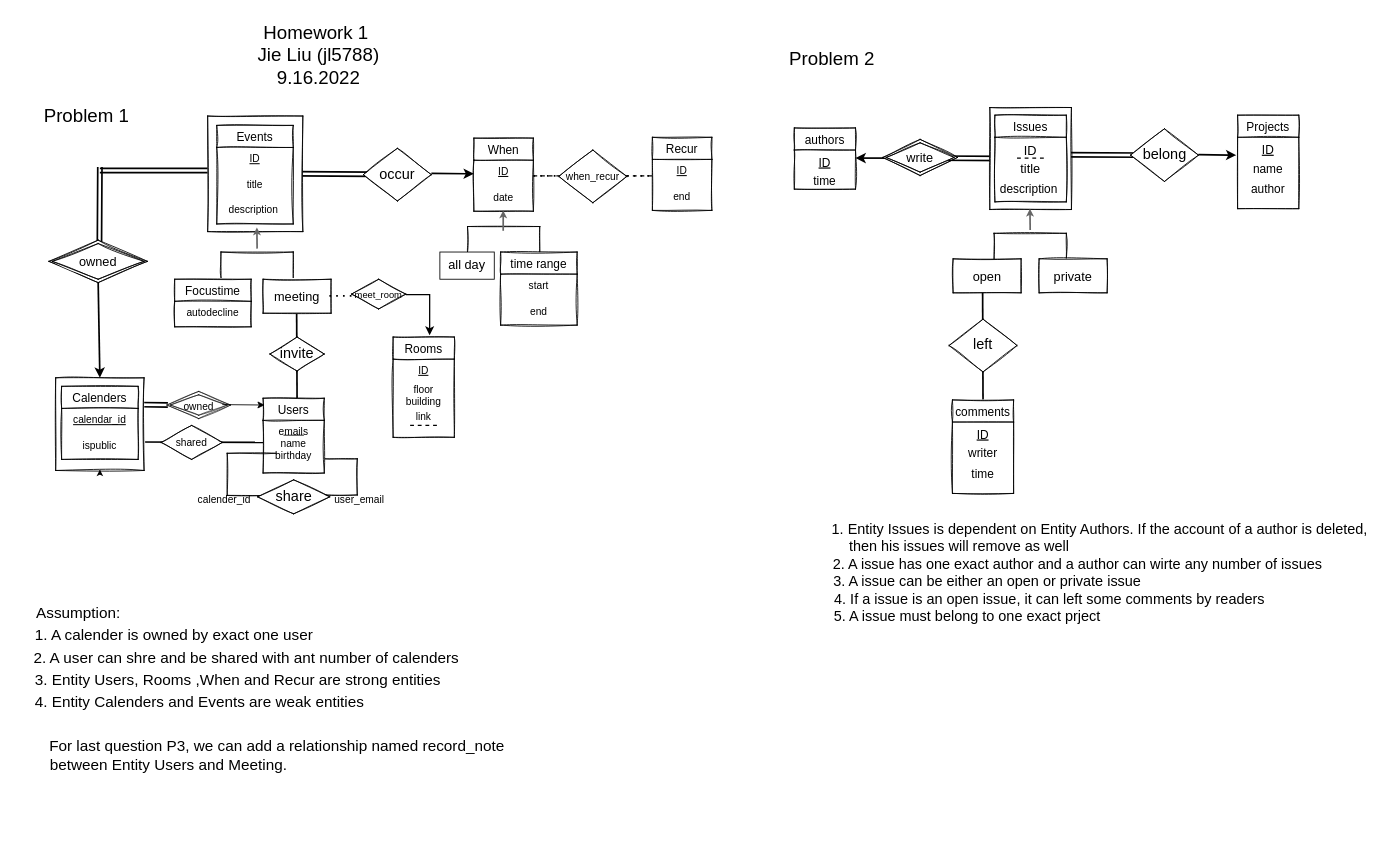
Above: hw1 Diagram.drawio in hurricane8978/Introduction-to-database (draw.io), before the change. Source tidied: cells renumbered, new cells numbered last; positions are measured from the earlier drawing's top-left corner, leaving out a move shared by most shapes. Both pictures are drawn from the tidied source at 85%, with x=0, y=0 at pixel (14, 14).
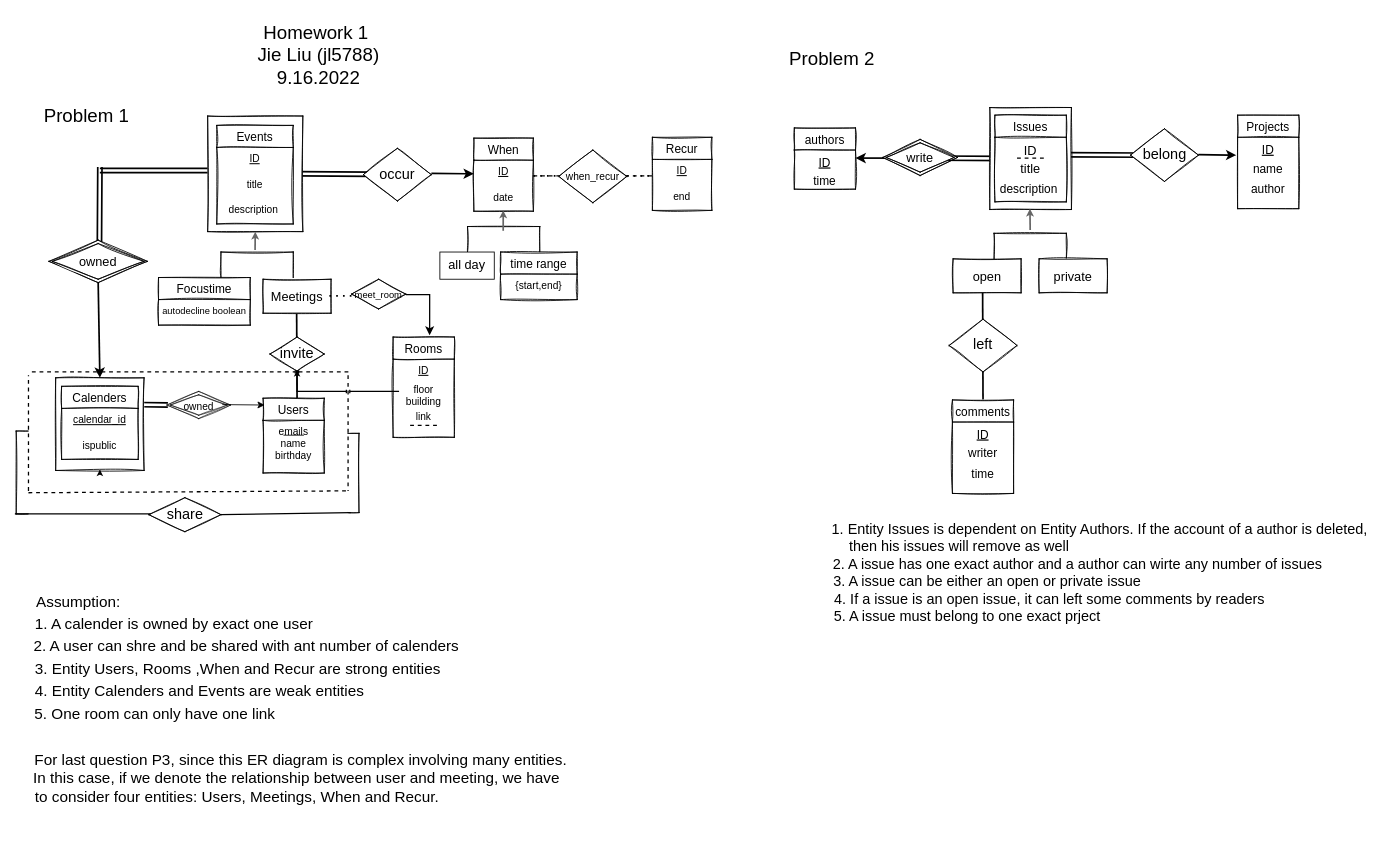
The same page after the edit.

Unchanged cells that the change refers to:
```xml
<mxCell id="19" style="rounded=0;whiteSpace=wrap;html=1;glass=0;sketch=1;fontSize=15;" parent="1" vertex="1">
  <mxGeometry x="226.8" y="119" width="112" height="136" as="geometry" />
</mxCell>
<mxCell id="46" value="invite" style="shape=rhombus;perimeter=rhombusPerimeter;whiteSpace=wrap;html=1;align=center;rounded=0;glass=0;sketch=1;fontSize=17;" parent="1" vertex="1">
  <mxGeometry x="300" y="379" width="64" height="40" as="geometry" />
</mxCell>
<mxCell id="60" value="floor&#10;building" style="text;strokeColor=none;fillColor=none;spacingLeft=4;spacingRight=4;overflow=hidden;points=[[0,0.5],[1,0.5]];portConstraint=eastwest;fontSize=12;rounded=0;glass=0;sketch=1;align=center;" parent="58" vertex="1">
  <mxGeometry y="48" width="72" height="32" as="geometry" />
</mxCell>
```

The edit, as a diff of the source:
```diff
@@
     <mxCell id="4" style="shape=partialRectangle;whiteSpace=wrap;html=1;bottom=1;right=1;left=1;top=0;fillColor=none;routingCenterX=-0.5;rounded=0;glass=0;sketch=1;fontSize=12;rotation=-90;" parent="1" vertex="1">
-      <mxGeometry x="362.8" y="524.8" width="42.5" height="37.5" as="geometry" />
+      <mxGeometry x="351.8" y="532.5" width="93.2" height="12.9" as="geometry" />
     </mxCell>
@@
-    <mxCell id="10" style="endArrow=none;html=1;rounded=0;strokeWidth=2;fontSize=12;startSize=11;endSize=3;sourcePerimeterSpacing=-7;targetPerimeterSpacing=-1;jumpStyle=line;jumpSize=3;" parent="1" edge="1">
-      <mxGeometry relative="1" as="geometry">
-        <mxPoint x="143.2" y="502.5" as="sourcePoint" />
-        <mxPoint x="292" y="503" as="targetPoint" />
-      </mxGeometry>
-    </mxCell>
-    <mxCell id="11" style="html=1;align=right;verticalAlign=bottom;rounded=0;glass=0;sketch=1;fontSize=12;" parent="10" vertex="1">
-      <mxGeometry x="1" relative="1" as="geometry" />
-    </mxCell>
@@
     <mxCell id="14" style="shape=partialRectangle;whiteSpace=wrap;html=1;bottom=1;right=1;left=1;top=0;fillColor=none;routingCenterX=-0.5;rounded=0;glass=0;sketch=1;fontSize=12;rotation=90;" parent="1" vertex="1">
-      <mxGeometry x="253.8" y="511.8" width="49.5" height="57.5" as="geometry" />
+      <mxGeometry x="-40.2" y="531.4" width="97.4" height="13.9" as="geometry" />
     </mxCell>
@@
     <mxCell id="37" value="time range" style="swimlane;fontStyle=0;horizontal=1;startSize=26;align=center;fontSize=14;rounded=0;glass=0;sketch=1;" parent="1" vertex="1">
-      <mxGeometry x="571.5" y="279" width="90" height="86" as="geometry" />
+      <mxGeometry x="571.5" y="279" width="90" height="56" as="geometry" />
     </mxCell>
-    <mxCell id="38" value="start" style="text;strokeColor=none;fillColor=none;spacingLeft=4;spacingRight=4;overflow=hidden;fontSize=12;rounded=0;glass=0;sketch=1;fontStyle=0;align=center;" parent="37" vertex="1">
+    <mxCell id="38" value="{start,end}" style="text;strokeColor=none;fillColor=none;spacingLeft=4;spacingRight=4;overflow=hidden;fontSize=12;rounded=0;glass=0;sketch=1;fontStyle=0;align=center;" parent="37" vertex="1">
       <mxGeometry y="26" width="90" height="30" as="geometry" />
     </mxCell>
-    <mxCell id="39" value="end" style="text;strokeColor=none;fillColor=none;spacingLeft=4;spacingRight=4;overflow=hidden;fontSize=12;rounded=0;glass=0;sketch=1;align=center;" parent="37" vertex="1">
-      <mxGeometry y="56" width="90" height="30" as="geometry" />
-    </mxCell>
@@
-    <mxCell id="42" style="endArrow=classic;html=1;strokeWidth=2;fontSize=12;rounded=0;endSize=3;startSize=11;jumpSize=3;jumpStyle=line;fillColor=#f5f5f5;strokeColor=#666666;targetPerimeterSpacing=-1;sourcePerimeterSpacing=-7;" parent="1" edge="1">
+    <mxCell id="42" style="endArrow=classic;html=1;strokeWidth=2;fontSize=12;rounded=0;endSize=3;startSize=11;jumpSize=3;jumpStyle=line;fillColor=#f5f5f5;strokeColor=#666666;targetPerimeterSpacing=-1;sourcePerimeterSpacing=-7;entryX=0.5;entryY=1;entryDx=0;entryDy=0;" parent="1" edge="1" target="19">
       <mxGeometry relative="1" as="geometry">
-        <mxPoint x="285" y="275" as="sourcePoint" />
-        <mxPoint x="284.7" y="250" as="targetPoint" />
+        <mxPoint x="282.6" y="276.5" as="sourcePoint" />
       </mxGeometry>
     </mxCell>
     <mxCell id="43" value="Focustime" style="swimlane;fontStyle=0;horizontal=1;startSize=26;align=center;fontSize=14;rounded=0;glass=0;sketch=1;" parent="1" vertex="1">
-      <mxGeometry x="188" y="311" width="90" height="56" as="geometry" />
+      <mxGeometry x="169" y="309" width="108" height="56" as="geometry" />
     </mxCell>
-    <mxCell id="44" value="autodecline" style="text;strokeColor=none;fillColor=none;spacingLeft=4;spacingRight=4;overflow=hidden;fontSize=12;rounded=0;glass=0;sketch=1;fontStyle=0;align=center;" parent="43" vertex="1">
-      <mxGeometry y="26" width="90" height="30" as="geometry" />
+    <mxCell id="44" value="autodecline boolean" style="text;strokeColor=none;fillColor=none;spacingLeft=4;spacingRight=4;overflow=hidden;fontSize=11;rounded=0;glass=0;sketch=1;fontStyle=0;align=center;" parent="43" vertex="1">
+      <mxGeometry y="26" width="108" height="30" as="geometry" />
     </mxCell>
-    <mxCell id="45" value="meeting" style="rounded=0;whiteSpace=wrap;html=1;glass=0;sketch=1;fontSize=15;" parent="1" vertex="1">
+    <mxCell id="45" value="Meetings" style="rounded=0;whiteSpace=wrap;html=1;glass=0;sketch=1;fontSize=15;" parent="1" vertex="1">
       <mxGeometry x="292" y="311" width="80" height="40" as="geometry" />
     </mxCell>
@@
     <mxCell id="47" value="share" style="shape=rhombus;perimeter=rhombusPerimeter;whiteSpace=wrap;html=1;align=center;rounded=0;glass=0;sketch=1;fontSize=17;" parent="1" vertex="1">
-      <mxGeometry x="285.5" y="547" width="85" height="40" as="geometry" />
+      <mxGeometry x="157.5" y="568" width="85" height="40" as="geometry" />
     </mxCell>
@@
-    <mxCell id="54" value="&lt;font style=&quot;font-size: 12px;&quot;&gt;shared&lt;/font&gt;" style="shape=rhombus;perimeter=rhombusPerimeter;whiteSpace=wrap;html=1;align=center;rounded=0;glass=0;sketch=1;fontSize=17;" parent="1" vertex="1">
-      <mxGeometry x="172" y="483" width="72" height="40" as="geometry" />
-    </mxCell>
@@
-    <mxCell id="64" value="&lt;font style=&quot;font-size: 12px;&quot;&gt;calender_id&lt;/font&gt;" style="text;html=1;align=center;verticalAlign=middle;strokeColor=none;fillColor=none;fontSize=9;" parent="1" vertex="1">
-      <mxGeometry x="205.5" y="555" width="80" height="32" as="geometry" />
-    </mxCell>
-    <mxCell id="65" value="&lt;font style=&quot;font-size: 12px;&quot;&gt;user_email&lt;/font&gt;" style="text;html=1;align=center;verticalAlign=middle;strokeColor=none;fillColor=none;fontSize=9;" parent="1" vertex="1">
-      <mxGeometry x="365" y="555" width="80" height="32" as="geometry" />
-    </mxCell>
@@
-    <mxCell id="69" value="&lt;font style=&quot;font-size: 18px;&quot;&gt;Assumption:&amp;nbsp; &amp;nbsp; &amp;nbsp; &amp;nbsp; &amp;nbsp; &amp;nbsp; &amp;nbsp; &amp;nbsp; &amp;nbsp; &amp;nbsp; &amp;nbsp; &amp;nbsp; &amp;nbsp; &amp;nbsp; &amp;nbsp; &amp;nbsp; &amp;nbsp; &amp;nbsp; &amp;nbsp; &amp;nbsp; &amp;nbsp; &amp;nbsp; &amp;nbsp; &amp;nbsp; &amp;nbsp; &amp;nbsp; &amp;nbsp; &amp;nbsp; &amp;nbsp; &amp;nbsp; &amp;nbsp; &amp;nbsp; &amp;nbsp; &amp;nbsp; &amp;nbsp; &amp;nbsp; &amp;nbsp; &amp;nbsp; &amp;nbsp; &amp;nbsp;&lt;br&gt;&amp;nbsp; &amp;nbsp;1. A calender is owned by exact one user&amp;nbsp; &amp;nbsp; &amp;nbsp; &amp;nbsp; &amp;nbsp; &amp;nbsp; &amp;nbsp; &amp;nbsp; &amp;nbsp; &amp;nbsp; &amp;nbsp; &amp;nbsp; &amp;nbsp; &amp;nbsp; &amp;nbsp; &amp;nbsp; &amp;nbsp; &amp;nbsp; &amp;nbsp;&lt;br&gt;2. A user can shre and be shared with ant number of calenders&lt;br&gt;&amp;nbsp;3. Entity Users, Rooms ,When and Recur are strong entities&amp;nbsp; &amp;nbsp; &amp;nbsp;&lt;br&gt;4. Entity Calenders and Events are weak entities&amp;nbsp; &amp;nbsp; &amp;nbsp; &amp;nbsp; &amp;nbsp; &amp;nbsp; &amp;nbsp; &amp;nbsp; &amp;nbsp; &amp;nbsp; &amp;nbsp;&amp;nbsp;&lt;br&gt;&lt;br&gt;&lt;br&gt;&lt;br&gt;&amp;nbsp; &amp;nbsp; &amp;nbsp; &amp;nbsp; &amp;nbsp; &amp;nbsp; &amp;nbsp; &amp;nbsp; &amp;nbsp; &amp;nbsp; &amp;nbsp;&amp;nbsp;&lt;br&gt;&lt;/font&gt;" style="text;html=1;align=center;verticalAlign=middle;strokeColor=none;fillColor=none;fontSize=22;" parent="1" vertex="1">
-      <mxGeometry y="680" width="544" height="256" as="geometry" />
+    <mxCell id="69" value="&lt;font style=&quot;font-size: 18px;&quot;&gt;Assumption:&amp;nbsp; &amp;nbsp; &amp;nbsp; &amp;nbsp; &amp;nbsp; &amp;nbsp; &amp;nbsp; &amp;nbsp; &amp;nbsp; &amp;nbsp; &amp;nbsp; &amp;nbsp; &amp;nbsp; &amp;nbsp; &amp;nbsp; &amp;nbsp; &amp;nbsp; &amp;nbsp; &amp;nbsp; &amp;nbsp; &amp;nbsp; &amp;nbsp; &amp;nbsp; &amp;nbsp; &amp;nbsp; &amp;nbsp; &amp;nbsp; &amp;nbsp; &amp;nbsp; &amp;nbsp; &amp;nbsp; &amp;nbsp; &amp;nbsp; &amp;nbsp; &amp;nbsp; &amp;nbsp; &amp;nbsp; &amp;nbsp; &amp;nbsp; &amp;nbsp;&lt;br&gt;&amp;nbsp; &amp;nbsp;1. A calender is owned by exact one user&amp;nbsp; &amp;nbsp; &amp;nbsp; &amp;nbsp; &amp;nbsp; &amp;nbsp; &amp;nbsp; &amp;nbsp; &amp;nbsp; &amp;nbsp; &amp;nbsp; &amp;nbsp; &amp;nbsp; &amp;nbsp; &amp;nbsp; &amp;nbsp; &amp;nbsp; &amp;nbsp; &amp;nbsp;&lt;br&gt;2. A user can shre and be shared with ant number of calenders&lt;br&gt;&amp;nbsp;3. Entity Users, Rooms ,When and Recur are strong entities&amp;nbsp; &amp;nbsp; &amp;nbsp;&lt;br&gt;4. Entity Calenders and Events are weak entities&amp;nbsp; &amp;nbsp; &amp;nbsp; &amp;nbsp; &amp;nbsp; &amp;nbsp; &amp;nbsp; &amp;nbsp; &amp;nbsp; &amp;nbsp; &amp;nbsp;&amp;nbsp;&lt;br&gt;&amp;nbsp;5. One room can only have one link&amp;nbsp; &amp;nbsp; &amp;nbsp; &amp;nbsp; &amp;nbsp; &amp;nbsp; &amp;nbsp; &amp;nbsp; &amp;nbsp; &amp;nbsp; &amp;nbsp; &amp;nbsp; &amp;nbsp; &amp;nbsp; &amp;nbsp; &amp;nbsp; &amp;nbsp; &amp;nbsp; &amp;nbsp; &amp;nbsp; &amp;nbsp; &amp;nbsp;&amp;nbsp;&lt;br&gt;&lt;br&gt;&lt;br&gt;&lt;br&gt;&amp;nbsp; &amp;nbsp; &amp;nbsp; &amp;nbsp; &amp;nbsp; &amp;nbsp; &amp;nbsp; &amp;nbsp; &amp;nbsp; &amp;nbsp; &amp;nbsp;&amp;nbsp;&lt;br&gt;&lt;/font&gt;" style="text;html=1;align=center;verticalAlign=middle;strokeColor=none;fillColor=none;fontSize=22;" parent="1" vertex="1">
+      <mxGeometry y="664" width="544" height="288" as="geometry" />
     </mxCell>
-    <mxCell id="70" value="For last question P3, we can add a relationship named record_note&lt;br&gt;&amp;nbsp;between Entity Users and Meeting.&amp;nbsp; &amp;nbsp; &amp;nbsp; &amp;nbsp; &amp;nbsp; &amp;nbsp; &amp;nbsp; &amp;nbsp; &amp;nbsp; &amp;nbsp; &amp;nbsp; &amp;nbsp; &amp;nbsp; &amp;nbsp; &amp;nbsp; &amp;nbsp; &amp;nbsp; &amp;nbsp; &amp;nbsp; &amp;nbsp; &amp;nbsp; &amp;nbsp; &amp;nbsp; &amp;nbsp; &amp;nbsp; &amp;nbsp;&amp;nbsp;" style="text;html=1;align=center;verticalAlign=middle;strokeColor=none;fillColor=none;fontSize=18;" parent="1" vertex="1">
-      <mxGeometry x="24" y="840" width="568" height="64" as="geometry" />
+    <mxCell id="70" value="For last question P3, since this ER diagram is complex involving many entities. &lt;br&gt;In this&amp;nbsp;case, if we denote the relationship between user and meeting, we have&amp;nbsp;&amp;nbsp;&lt;br&gt;&amp;nbsp;to&amp;nbsp;consider four entities: Users, Meetings, When and Recur.&amp;nbsp; &amp;nbsp; &amp;nbsp; &amp;nbsp; &amp;nbsp; &amp;nbsp; &amp;nbsp; &amp;nbsp; &amp;nbsp; &amp;nbsp; &amp;nbsp; &amp;nbsp; &amp;nbsp; &amp;nbsp; &amp;nbsp; &amp;nbsp;&lt;br&gt;&lt;br&gt;&amp;nbsp; &amp;nbsp; &amp;nbsp; &amp;nbsp; &amp;nbsp; &amp;nbsp; &amp;nbsp; &amp;nbsp; &amp;nbsp; &amp;nbsp; &amp;nbsp; &amp;nbsp; &amp;nbsp; &amp;nbsp; &amp;nbsp; &amp;nbsp; &amp;nbsp; &amp;nbsp; &amp;nbsp; &amp;nbsp; &amp;nbsp; &amp;nbsp; &amp;nbsp; &amp;nbsp;" style="text;html=1;align=center;verticalAlign=middle;strokeColor=none;fillColor=none;fontSize=18;" parent="1" vertex="1">
+      <mxGeometry x="8" y="856" width="656" height="128" as="geometry" />
     </mxCell>
@@
+    <mxCell id="112" style="endArrow=none;dashed=1;html=1;rounded=0;strokeWidth=1.5;fontSize=17;startSize=11;endSize=3;sourcePerimeterSpacing=-7;targetPerimeterSpacing=-1;jumpStyle=line;jumpSize=3;" parent="1" edge="1">
+      <mxGeometry relative="1" as="geometry">
+        <mxPoint x="16" y="560" as="sourcePoint" />
+        <mxPoint x="16" y="424" as="targetPoint" />
+      </mxGeometry>
+    </mxCell>
+    <mxCell id="113" style="endArrow=none;dashed=1;html=1;rounded=0;strokeWidth=1.5;fontSize=17;startSize=11;endSize=3;sourcePerimeterSpacing=-7;targetPerimeterSpacing=-1;jumpStyle=line;jumpSize=3;" parent="1" edge="1">
+      <mxGeometry relative="1" as="geometry">
+        <mxPoint x="16" y="562.2" as="sourcePoint" />
+        <mxPoint x="392" y="560" as="targetPoint" />
+      </mxGeometry>
+    </mxCell>
+    <mxCell id="114" style="endArrow=none;html=1;rounded=0;strokeWidth=1.5;fontSize=17;startSize=11;endSize=3;sourcePerimeterSpacing=-7;targetPerimeterSpacing=-1;jumpStyle=line;jumpSize=3;" parent="1" edge="1">
+      <mxGeometry relative="1" as="geometry">
+        <mxPoint y="587" as="sourcePoint" />
+        <mxPoint x="160" y="587" as="targetPoint" />
+      </mxGeometry>
+    </mxCell>
+    <mxCell id="115" style="endArrow=none;html=1;rounded=0;strokeWidth=1.5;fontSize=17;startSize=11;endSize=3;sourcePerimeterSpacing=-7;targetPerimeterSpacing=-1;jumpStyle=line;jumpSize=3;exitX=1;exitY=0.5;exitDx=0;exitDy=0;entryX=0;entryY=0.25;entryDx=0;entryDy=0;" parent="1" edge="1" source="47" target="4">
+      <mxGeometry relative="1" as="geometry" />
+    </mxCell>
+    <mxCell id="116" style="endArrow=none;dashed=1;html=1;rounded=0;strokeWidth=1.5;fontSize=17;startSize=11;endSize=3;sourcePerimeterSpacing=-7;targetPerimeterSpacing=-1;jumpStyle=line;jumpSize=3;" parent="1" edge="1">
+      <mxGeometry relative="1" as="geometry">
+        <mxPoint x="20" y="420" as="sourcePoint" />
+        <mxPoint x="396" y="420" as="targetPoint" />
+      </mxGeometry>
+    </mxCell>
+    <mxCell id="117" style="endArrow=none;dashed=1;html=1;rounded=0;strokeWidth=1.5;fontSize=17;startSize=11;endSize=3;sourcePerimeterSpacing=-7;targetPerimeterSpacing=-1;jumpStyle=line;jumpSize=3;" parent="1" edge="1">
+      <mxGeometry relative="1" as="geometry">
+        <mxPoint x="392" y="424" as="sourcePoint" />
+        <mxPoint x="392" y="560" as="targetPoint" />
+      </mxGeometry>
+    </mxCell>
+    <mxCell id="118" style="edgeStyle=orthogonalEdgeStyle;rounded=0;jumpStyle=line;jumpSize=3;jettySize=auto;html=1;strokeWidth=1.5;fontSize=11;startSize=11;endSize=3;sourcePerimeterSpacing=-7;targetPerimeterSpacing=-1;" parent="1" edge="1" source="60" target="46">
+      <mxGeometry relative="1" as="geometry" />
+    </mxCell>
```
